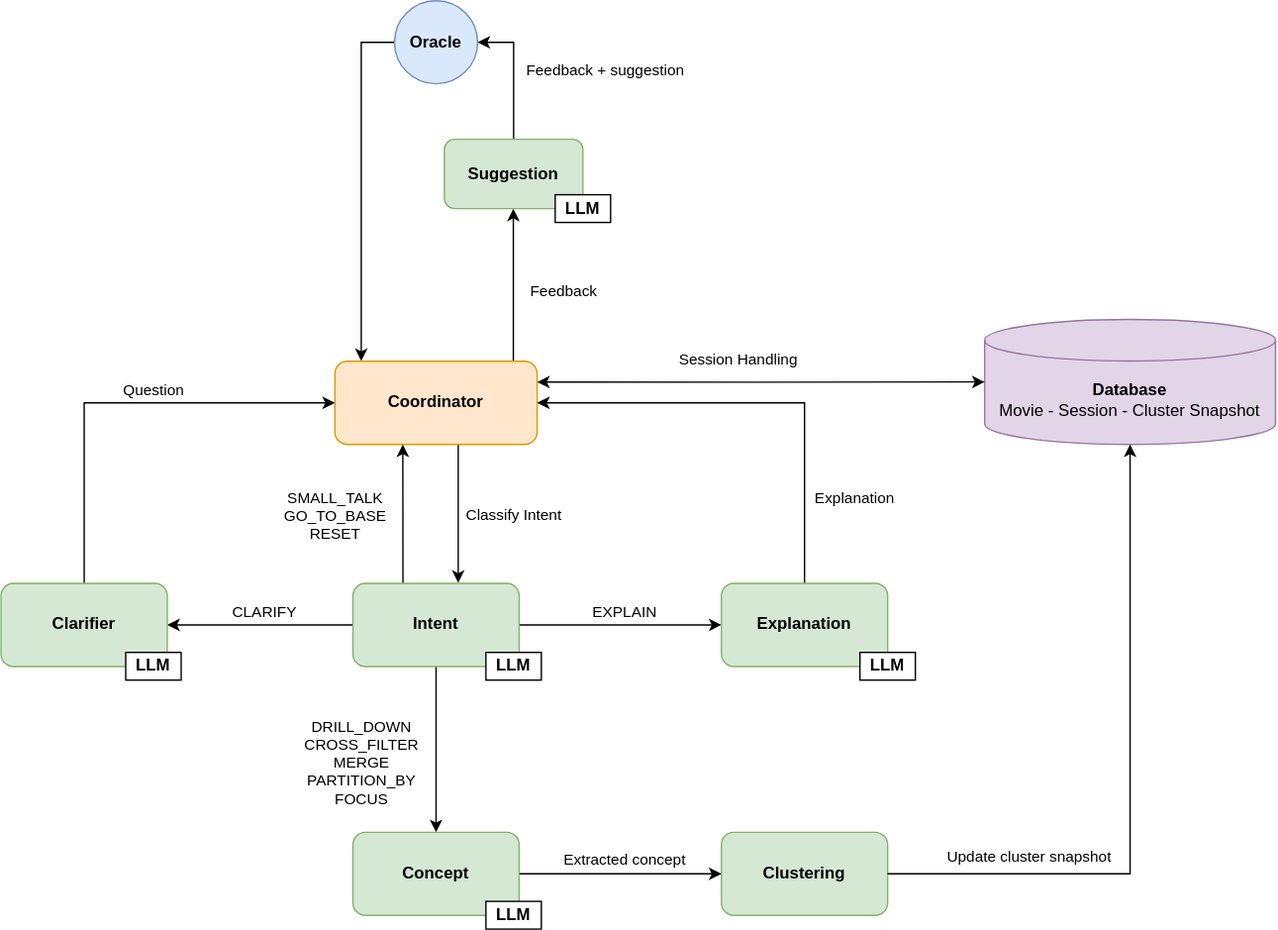
The draw.io diagram docs/media/architecture_diagram.svg in ai-design-2026-projects/cantucci, before a commit. Source tidied: cells renumbered, new cells last; positions are measured from the earlier drawing's top-left corner, leaving out a move shared by most shapes.
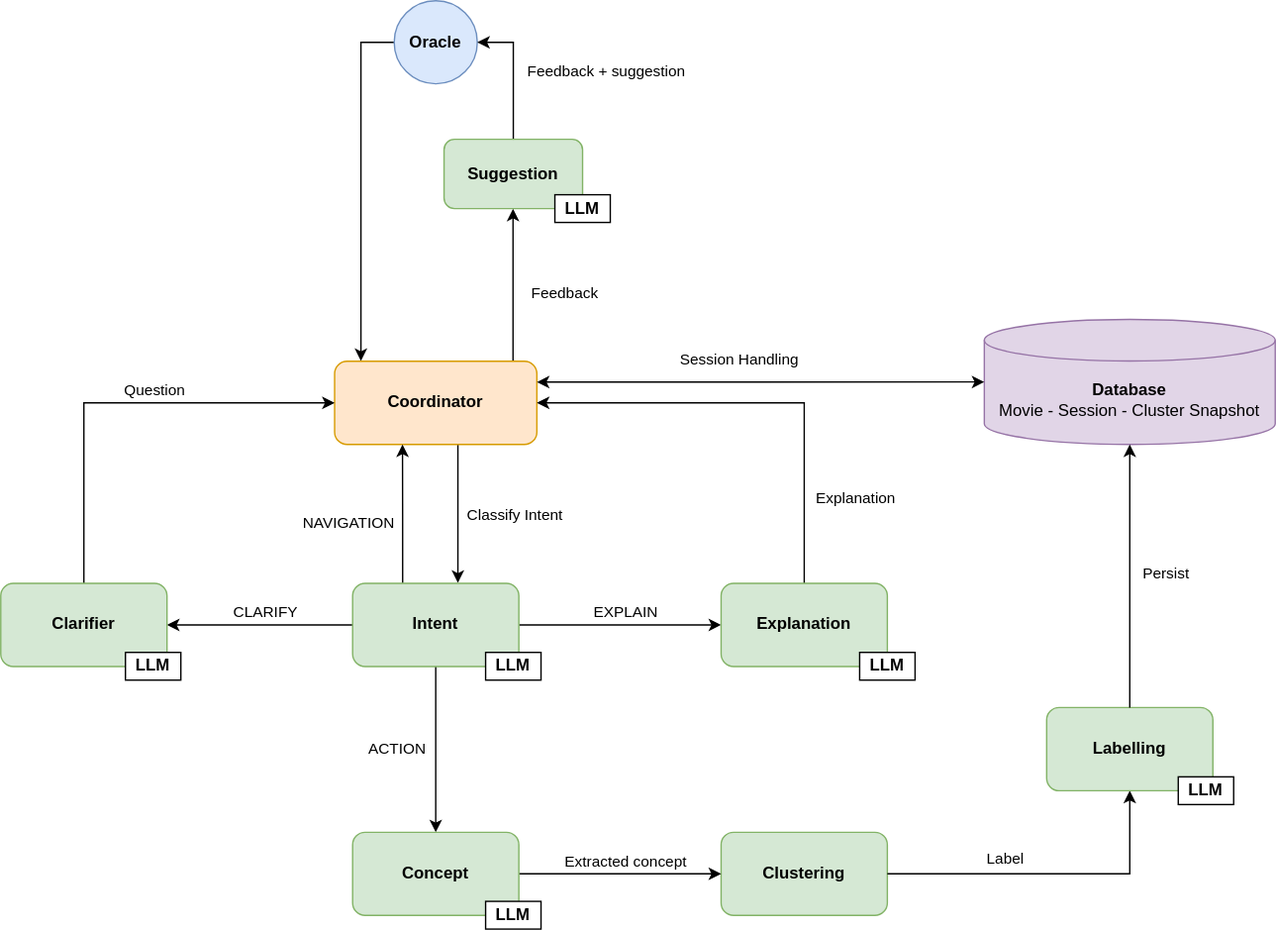
Above is the later version.

The edit, as a diff of the source:
```diff
@@ -70,9 +70,9 @@
     <mxCell id="19" value="&lt;b&gt;Clustering&lt;/b&gt;" style="rounded=1;whiteSpace=wrap;html=1;fillColor=#d5e8d4;strokeColor=#82b366;" parent="1" vertex="1">
       <mxGeometry x="520" y="600" width="120" height="60" as="geometry" />
     </mxCell>
-    <mxCell id="20" value="SMALL_TALK&lt;div&gt;GO_TO_BASE&lt;/div&gt;&lt;div&gt;RESET&lt;/div&gt;" style="edgeLabel;html=1;align=center;verticalAlign=middle;labelBackgroundColor=none;" parent="1" vertex="1">
-      <mxGeometry x="241" y="370" as="geometry">
-        <mxPoint y="2" as="offset" />
+    <mxCell id="20" value="NAVIGATION" style="edgeLabel;html=1;align=center;verticalAlign=middle;labelBackgroundColor=none;" parent="1" vertex="1">
+      <mxGeometry x="230" y="380" as="geometry">
+        <mxPoint x="20" y="-4" as="offset" />
       </mxGeometry>
     </mxCell>
     <mxCell id="21" style="edgeStyle=orthogonalEdgeStyle;rounded=0;jettySize=auto;html=1;entryX=1;entryY=0.5;entryDx=0;entryDy=0;exitX=0.5;exitY=0;exitDx=0;exitDy=0;" parent="1" edge="1" source="22" target="8">
@@ -84,8 +84,10 @@
     <mxCell id="23" value="EXPLAIN" style="edgeLabel;html=1;align=center;verticalAlign=middle;labelBackgroundColor=none;" parent="1" vertex="1">
       <mxGeometry x="450" y="440.4" as="geometry" />
     </mxCell>
-    <mxCell id="24" value="DRILL_DOWN&lt;div&gt;CROSS_FILTER&lt;/div&gt;&lt;div&gt;MERGE&lt;/div&gt;&lt;div&gt;PARTITION_BY&lt;/div&gt;&lt;div&gt;FOCUS&lt;/div&gt;" style="edgeLabel;html=1;align=center;verticalAlign=middle;labelBackgroundColor=none;" parent="1" vertex="1">
-      <mxGeometry x="260" y="550" as="geometry" />
+    <mxCell id="24" value="ACTION" style="edgeLabel;html=1;align=center;verticalAlign=middle;labelBackgroundColor=none;" parent="1" vertex="1">
+      <mxGeometry x="254" y="540" as="geometry">
+        <mxPoint x="31" y="-1" as="offset" />
+      </mxGeometry>
     </mxCell>
     <mxCell id="25" value="&lt;b&gt;Suggestion&lt;/b&gt;" style="rounded=1;whiteSpace=wrap;html=1;fillColor=#d5e8d4;strokeColor=#82b366;" parent="1" vertex="1">
       <mxGeometry x="320" y="100" width="100" height="50" as="geometry" />
@@ -96,7 +98,7 @@
     <mxCell id="27" style="edgeStyle=orthogonalEdgeStyle;rounded=0;jettySize=auto;html=1;exitX=1;exitY=0.25;exitDx=0;exitDy=0;entryX=0;entryY=0.5;entryDx=0;entryDy=0;entryPerimeter=0;startArrow=classic;startFill=1;" parent="1" edge="1" source="8" target="26">
       <mxGeometry relative="1" as="geometry" />
     </mxCell>
-    <mxCell id="28" style="edgeStyle=orthogonalEdgeStyle;rounded=0;jettySize=auto;html=1;entryX=0.5;entryY=1;entryDx=0;entryDy=0;entryPerimeter=0;" parent="1" edge="1" source="19" target="26">
+    <mxCell id="28" style="edgeStyle=orthogonalEdgeStyle;rounded=0;jettySize=auto;html=1;entryX=0.5;entryY=1;entryDx=0;entryDy=0;" parent="1" edge="1" source="19" target="41">
       <mxGeometry relative="1" as="geometry" />
     </mxCell>
     <mxCell id="29" style="edgeStyle=orthogonalEdgeStyle;rounded=0;jettySize=auto;html=1;entryX=0;entryY=0.5;entryDx=0;entryDy=0;" parent="1" edge="1" source="30" target="19">
@@ -115,9 +117,9 @@
         <mxPoint x="2" y="-2" as="offset" />
       </mxGeometry>
     </mxCell>
-    <mxCell id="33" value="Update cluster snapshot" style="edgeLabel;html=1;align=center;verticalAlign=middle;labelBackgroundColor=none;" parent="1" vertex="1">
-      <mxGeometry x="740" y="620" as="geometry">
-        <mxPoint x="2" y="-2" as="offset" />
+    <mxCell id="33" value="Label" style="edgeLabel;html=1;align=center;verticalAlign=middle;labelBackgroundColor=none;" parent="1" vertex="1">
+      <mxGeometry x="755" y="620" as="geometry">
+        <mxPoint x="-31" y="-2" as="offset" />
       </mxGeometry>
     </mxCell>
     <mxCell id="34" value="Explanation" style="edgeLabel;html=1;align=center;verticalAlign=middle;labelBackgroundColor=none;" parent="1" vertex="1">
@@ -143,5 +145,19 @@
     <mxCell id="40" value="Extracted concept" style="edgeLabel;html=1;align=center;verticalAlign=middle;labelBackgroundColor=none;" parent="1" vertex="1">
       <mxGeometry x="450" y="620" as="geometry" />
     </mxCell>
+    <mxCell id="41" value="&lt;b&gt;Labelling&lt;/b&gt;" style="rounded=1;whiteSpace=wrap;html=1;fillColor=#d5e8d4;strokeColor=#82b366;" parent="1" vertex="1">
+      <mxGeometry x="755" y="510" width="120" height="60" as="geometry" />
+    </mxCell>
+    <mxCell id="42" style="edgeStyle=orthogonalEdgeStyle;rounded=0;jettySize=auto;html=1;entryX=0.5;entryY=1;entryDx=0;entryDy=0;entryPerimeter=0;" parent="1" edge="1" source="41" target="26">
+      <mxGeometry relative="1" as="geometry" />
+    </mxCell>
+    <mxCell id="43" value="Persist" style="edgeLabel;html=1;align=center;verticalAlign=middle;labelBackgroundColor=none;" parent="42" vertex="1">
+      <mxGeometry x="0.03" y="-2" relative="1" as="geometry">
+        <mxPoint x="23" as="offset" />
+      </mxGeometry>
+    </mxCell>
+    <mxCell id="44" value="&lt;b&gt;LLM&lt;/b&gt;" style="rounded=0;whiteSpace=wrap;html=1;" parent="1" vertex="1">
+      <mxGeometry x="850" y="560" width="40" height="20" as="geometry" />
+    </mxCell>
   </root>
 </mxGraphModel>
```
